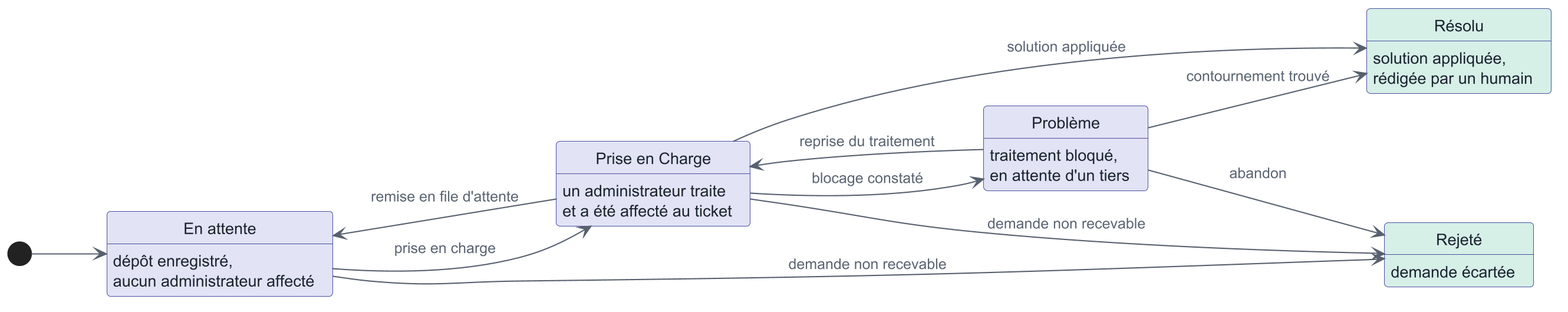
Above: report/img/ch06_etats_ticket.png in Touka-Amine/helpdesk-ai (PlantUML), before the change.
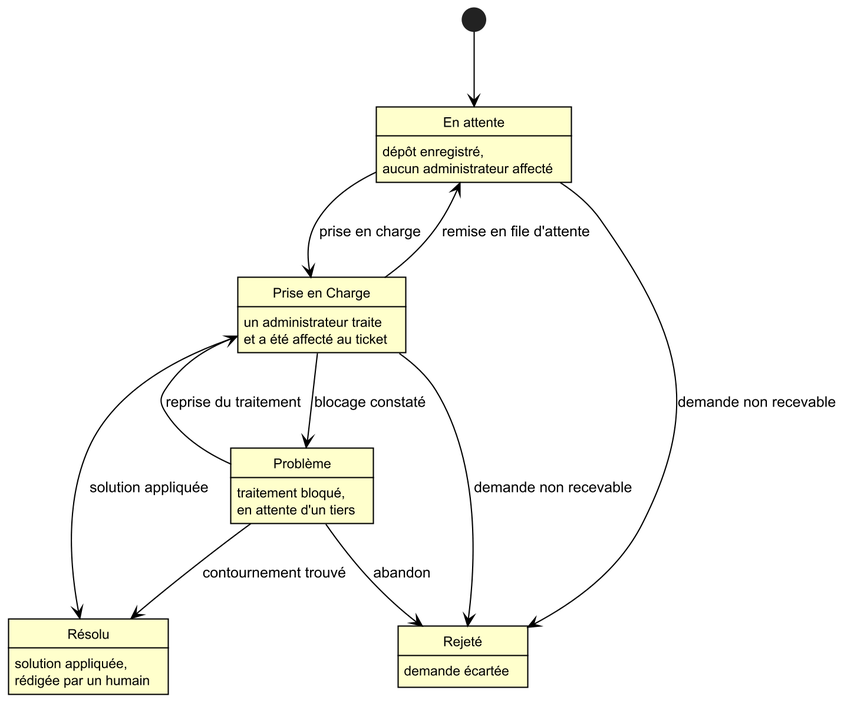
The same file after the commit.

Change to the diagram source:
```diff
@@ -1,22 +1,16 @@
 @startuml ch06_etats_ticket
-!include _style.puml
+!include _charte.puml
 
-skinparam state {
-  BackgroundColor #E2E3F5
-  BorderColor #4B51A0
-  FontColor #1B2430
-  ArrowColor #57606E
-}
 
-left to right direction
+
 
 [*] --> Attente
 
 state "En attente" as Attente : dépôt enregistré,\naucun administrateur affecté
 state "Prise en Charge" as Charge : un administrateur traite\net a été affecté au ticket
 state "Problème" as Probleme : traitement bloqué,\nen attente d'un tiers
-state "Résolu" as Resolu #D6EFE7 : solution appliquée,\nrédigée par un humain
-state "Rejeté" as Rejete #D6EFE7 : demande écartée
+state "Résolu" as Resolu : solution appliquée,\nrédigée par un humain
+state "Rejeté" as Rejete : demande écartée
 
 Attente --> Charge : prise en charge
 Charge --> Attente : remise en file d'attente
```
